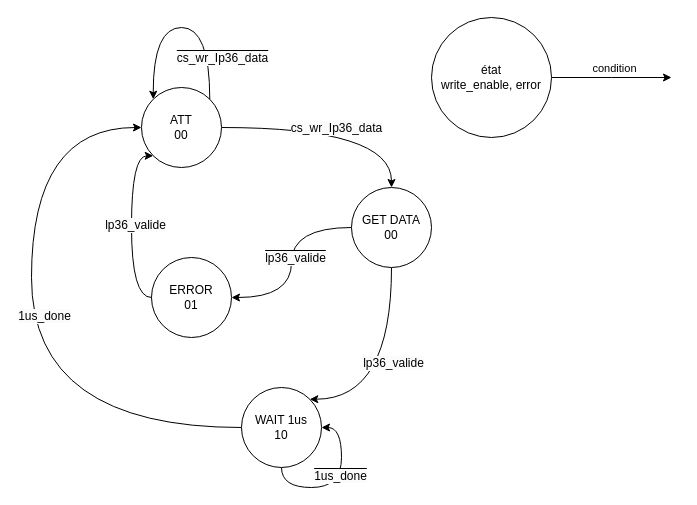
UBehrmann/ARE_labo3 keeps this draw.io diagram as page "MSS" (2 of 3) of imgs/interface_avalon.drawio. Above is the earlier version. Source tidied: cells renumbered, new cells numbered last; positions are measured from the earlier drawing's top-left corner, leaving out a move shared by most shapes. Both pictures are drawn from the tidied source at 100%, with x=0, y=0 at pixel (31, 17).
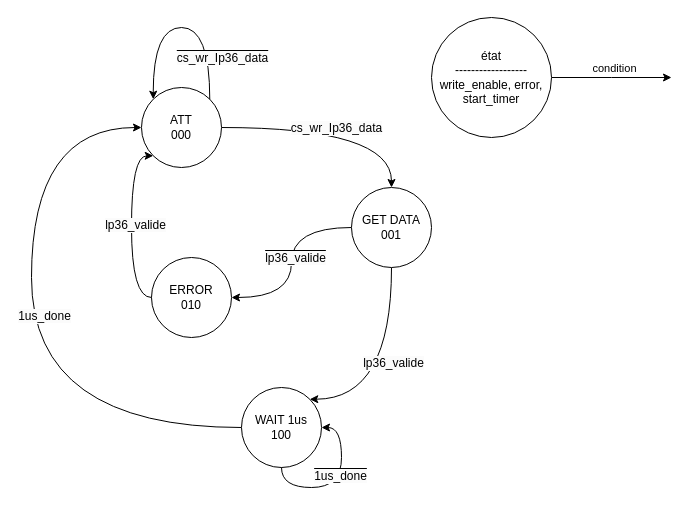
After the change.

What changed in the source:
```diff
@@
-    <mxCell id="4" value="ATT&lt;br&gt;00" style="ellipse;whiteSpace=wrap;html=1;" parent="1" vertex="1">
+    <mxCell id="4" value="ATT&lt;br&gt;000" style="ellipse;whiteSpace=wrap;html=1;" parent="1" vertex="1">
       <mxGeometry x="110" y="70" width="80" height="80" as="geometry" />
     </mxCell>
@@
-    <mxCell id="9" value="GET DATA&lt;br&gt;00" style="ellipse;whiteSpace=wrap;html=1;" parent="1" vertex="1">
+    <mxCell id="9" value="GET DATA&lt;br&gt;001" style="ellipse;whiteSpace=wrap;html=1;" parent="1" vertex="1">
       <mxGeometry x="320" y="170" width="80" height="80" as="geometry" />
     </mxCell>
@@
-    <mxCell id="12" value="WAIT 1us&lt;div&gt;10&lt;/div&gt;" style="ellipse;whiteSpace=wrap;html=1;" parent="1" vertex="1">
+    <mxCell id="12" value="WAIT 1us&lt;div&gt;100&lt;/div&gt;" style="ellipse;whiteSpace=wrap;html=1;" parent="1" vertex="1">
       <mxGeometry x="210" y="370" width="80" height="80" as="geometry" />
     </mxCell>
@@
-    <mxCell id="15" value="ERROR&lt;div&gt;01&lt;/div&gt;" style="ellipse;whiteSpace=wrap;html=1;" parent="1" vertex="1">
+    <mxCell id="15" value="ERROR&lt;div&gt;010&lt;/div&gt;" style="ellipse;whiteSpace=wrap;html=1;" parent="1" vertex="1">
       <mxGeometry x="120" y="240" width="80" height="80" as="geometry" />
     </mxCell>
@@
-    <mxCell id="23" value="état&lt;br&gt;&lt;span style=&quot;text-align: left; text-wrap: nowrap;&quot;&gt;write_enable, error&lt;/span&gt;" style="ellipse;whiteSpace=wrap;html=1;" parent="1" vertex="1">
+    <mxCell id="23" value="état&lt;br&gt;------------------&lt;br&gt;&lt;span style=&quot;text-align: left; text-wrap: nowrap;&quot;&gt;write_enable, error, &lt;br&gt;start_timer&lt;/span&gt;" style="ellipse;whiteSpace=wrap;html=1;" parent="1" vertex="1">
       <mxGeometry x="400" width="120" height="120" as="geometry" />
     </mxCell>
```
